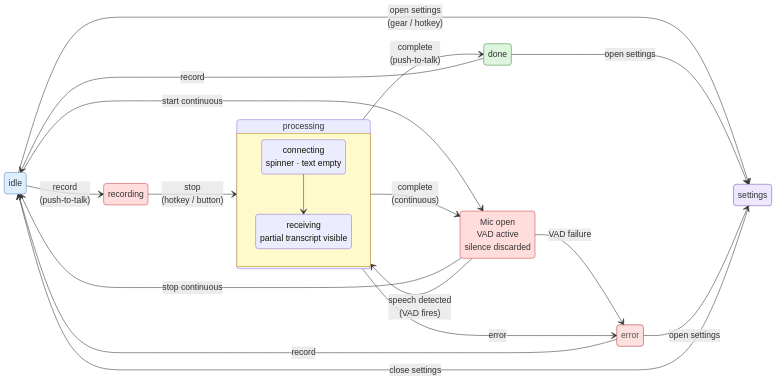
JohnYanez95/voice-scribe keeps this Mermaid diagram as docs/v2/presentation/images/state-machine.png. Above is the earlier version. Its source is kept beside it as docs/diagrams/state-machine.mmd.
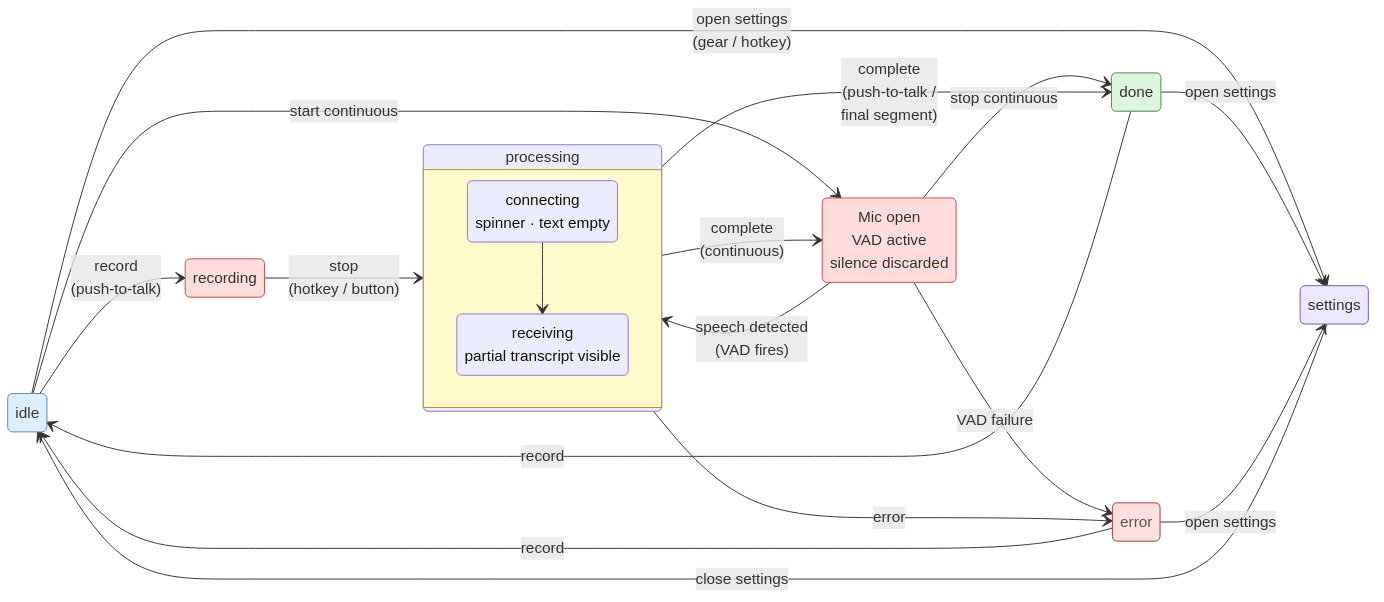
Above is the later version.

Commit message:
Fix state machine: listening → done on explicit stop

Per PM review: explicit stop in continuous mode must reach done (to
preserve the copy moment), not idle. Also updates processing → done
label to reflect it now serves both push-to-talk and final-segment
drain paths. Re-rendered PNG.

What changed in the source:
```diff
@@ -15,7 +15,7 @@
 
     listening : Mic open<br/>VAD active<br/>silence discarded
     listening --> processing : speech detected<br/>(VAD fires)
-    listening --> idle : stop continuous
+    listening --> done : stop continuous
     listening --> error : VAD failure
 
     state processing {
@@ -25,7 +25,7 @@
         connecting --> receiving
     }
 
-    processing --> done : complete<br/>(push-to-talk)
+    processing --> done : complete<br/>(push-to-talk /<br/>final segment)
     processing --> listening : complete<br/>(continuous)
     processing --> error : error
 
```
